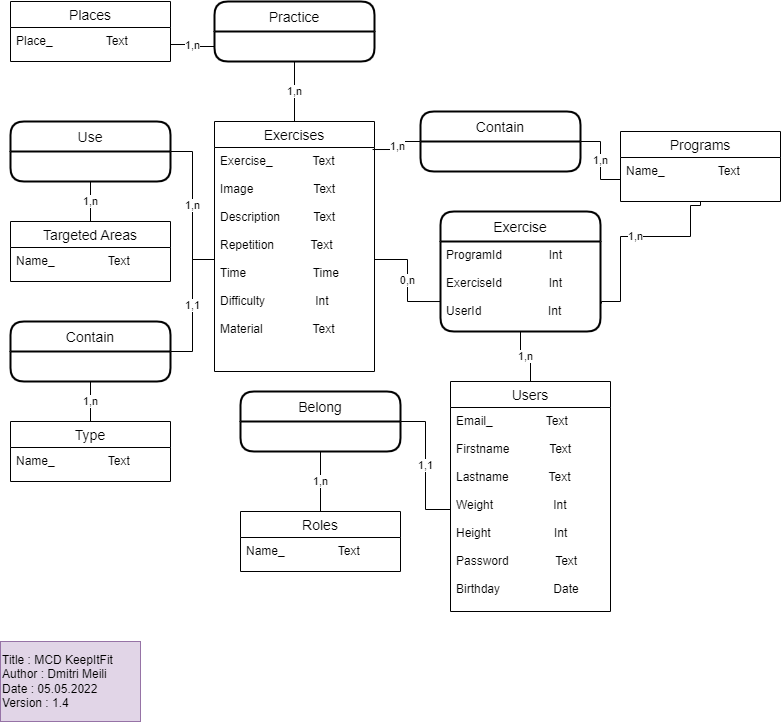
The draw.io diagram Doc/MCD-MLD/MCD.png in dmitrimeili/KeepItFit, before a commit. Source tidied: cells renumbered, new cells last; positions are measured from the earlier drawing's top-left corner, leaving out a move shared by most shapes.
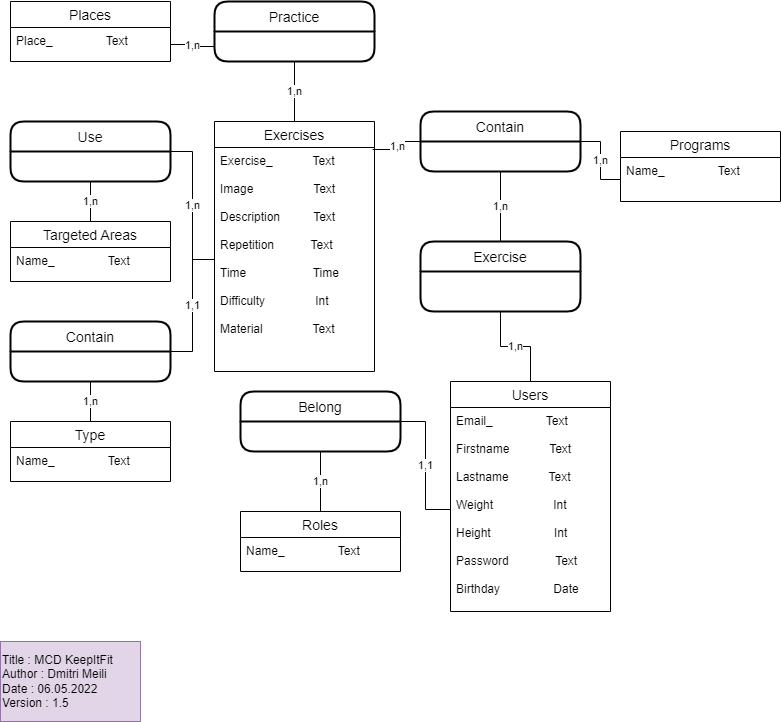
The same diagram one commit later.

Change to the diagram source:
```diff
@@ -2,7 +2,7 @@
   <root>
     <mxCell id="0" />
     <mxCell id="1" parent="0" />
-    <mxCell id="2" value="1,n" style="edgeStyle=orthogonalEdgeStyle;rounded=0;jettySize=auto;html=1;exitX=0.5;exitY=0;exitDx=0;exitDy=0;entryX=0.5;entryY=1;entryDx=0;entryDy=0;endArrow=none;endFill=0;" parent="1" edge="1" source="3" target="36">
+    <mxCell id="2" value="1,n" style="edgeStyle=orthogonalEdgeStyle;rounded=0;jettySize=auto;html=1;exitX=0.5;exitY=0;exitDx=0;exitDy=0;entryX=0.5;entryY=1;entryDx=0;entryDy=0;endArrow=none;endFill=0;" parent="1" edge="1" source="3" target="35">
       <mxGeometry relative="1" as="geometry" />
     </mxCell>
     <mxCell id="3" value="Users" style="swimlane;fontStyle=0;horizontal=1;startSize=26;align=center;fontSize=14;" parent="1" vertex="1">
@@ -41,21 +41,6 @@
     <mxCell id="14" value="Exercise_            Text&#10;&#10;Image                  Text&#10;&#10;Description          Text&#10;&#10;Repetition           Text&#10;&#10;Time                    Time&#10;&#10;Difficulty               Int&#10;&#10;Material               Text&#10;&#10;" style="text;strokeColor=none;fillColor=none;spacingLeft=4;spacingRight=4;overflow=hidden;points=[[0,0.5],[1,0.5]];portConstraint=eastwest;fontSize=12;" parent="13" vertex="1">
       <mxGeometry y="26" width="160" height="224" as="geometry" />
     </mxCell>
-    <mxCell id="15" value="0,n" style="edgeStyle=orthogonalEdgeStyle;rounded=0;jettySize=auto;html=1;exitX=0;exitY=0.667;exitDx=0;exitDy=0;endArrow=none;endFill=0;exitPerimeter=0;" parent="1" edge="1" source="36" target="14">
-      <mxGeometry relative="1" as="geometry" />
-    </mxCell>
-    <mxCell id="16" value="1,n" style="edgeStyle=orthogonalEdgeStyle;rounded=0;jettySize=auto;html=1;exitX=1.006;exitY=0.689;exitDx=0;exitDy=0;endArrow=none;endFill=0;exitPerimeter=0;" parent="1" edge="1" source="36" target="30">
-      <mxGeometry relative="1" as="geometry">
-        <Array as="points">
-          <mxPoint x="601" y="300" />
-          <mxPoint x="620" y="300" />
-          <mxPoint x="620" y="235" />
-          <mxPoint x="690" y="235" />
-          <mxPoint x="690" y="204" />
-          <mxPoint x="700" y="204" />
-        </Array>
-      </mxGeometry>
-    </mxCell>
     <mxCell id="17" value="Practice" style="swimlane;horizontal=1;startSize=30;rounded=1;fontSize=14;fontStyle=0;strokeWidth=2;shadow=0;dashed=0;align=center;" parent="1" vertex="1">
       <mxGeometry x="214" width="160" height="60" as="geometry" />
     </mxCell>
@@ -89,7 +74,7 @@
     <mxCell id="27" value="Name_                Text" style="text;strokeColor=none;fillColor=none;spacingLeft=4;spacingRight=4;overflow=hidden;fontSize=12;" parent="26" vertex="1">
       <mxGeometry y="26" width="160" height="34" as="geometry" />
     </mxCell>
-    <mxCell id="28" value="Title : MCD KeepItFit&lt;br&gt;Author : Dmitri Meili&lt;br&gt;Date : 05.05.2022&lt;br&gt;Version : 1.4" style="rounded=0;whiteSpace=wrap;html=1;fillColor=#e1d5e7;strokeColor=#9673a6;align=left;" parent="1" vertex="1">
+    <mxCell id="28" value="Title : MCD KeepItFit&lt;br&gt;Author : Dmitri Meili&lt;br&gt;Date : 06.05.2022&lt;br&gt;Version : 1.5" style="rounded=0;whiteSpace=wrap;html=1;fillColor=#e1d5e7;strokeColor=#9673a6;align=left;" parent="1" vertex="1">
       <mxGeometry y="640" width="140" height="80" as="geometry" />
     </mxCell>
     <mxCell id="29" value="Programs" style="swimlane;fontStyle=0;horizontal=1;startSize=26;align=center;fontSize=14;" parent="1" vertex="1">
@@ -107,14 +92,14 @@
     <mxCell id="33" value="1,n" style="edgeStyle=orthogonalEdgeStyle;rounded=0;jettySize=auto;html=1;exitX=1;exitY=0.5;exitDx=0;exitDy=0;entryX=0;entryY=0.5;entryDx=0;entryDy=0;endArrow=none;endFill=0;" parent="1" edge="1" source="34" target="30">
       <mxGeometry relative="1" as="geometry" />
     </mxCell>
+    <mxCell id="16" value="1,n" style="edgeStyle=orthogonalEdgeStyle;rounded=0;jettySize=auto;html=1;exitX=0.5;exitY=1;exitDx=0;exitDy=0;entryX=0.5;entryY=0;entryDx=0;entryDy=0;endArrow=none;endFill=0;" parent="1" edge="1" source="34" target="35">
+      <mxGeometry relative="1" as="geometry" />
+    </mxCell>
     <mxCell id="34" value="Contain" style="swimlane;horizontal=1;startSize=30;rounded=1;fontSize=14;fontStyle=0;strokeWidth=2;shadow=0;dashed=0;align=center;" parent="1" vertex="1">
       <mxGeometry x="420" y="110" width="160" height="60" as="geometry" />
     </mxCell>
     <mxCell id="35" value="Exercise" style="swimlane;horizontal=1;startSize=30;rounded=1;fontSize=14;fontStyle=0;strokeWidth=2;shadow=0;dashed=0;align=center;" parent="1" vertex="1">
-      <mxGeometry x="440" y="210" width="160" height="120" as="geometry" />
+      <mxGeometry x="420" y="240" width="160" height="70" as="geometry" />
     </mxCell>
-    <mxCell id="36" value="ProgramId              Int&#10;&#10;ExerciseId              Int&#10;&#10;UserId                    Int&#10;" style="align=left;strokeColor=none;fillColor=none;spacingLeft=4;fontSize=12;verticalAlign=top;" parent="35" vertex="1">
-      <mxGeometry y="30" width="160" height="90" as="geometry" />
-    </mxCell>
   </root>
 </mxGraphModel>
```
